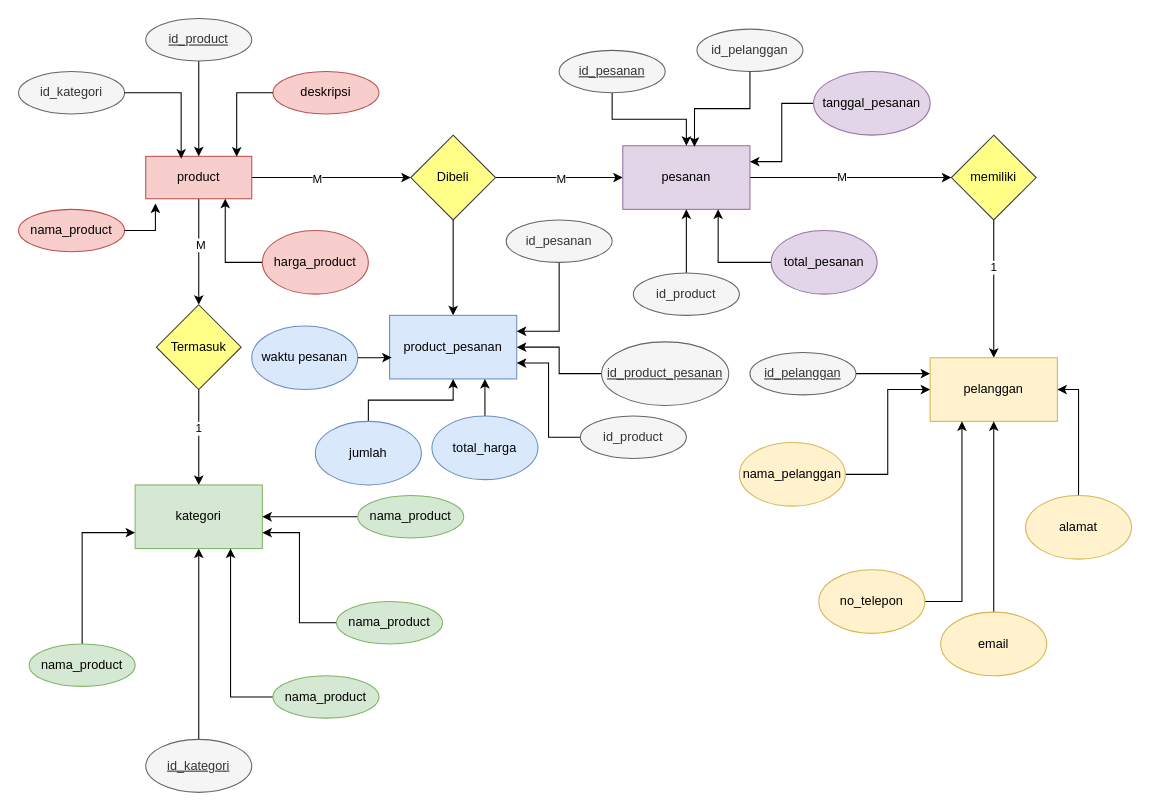
Before: ERD.drawio in nayasuna/ONLINE_RETAIL-DATABASES, a draw.io diagram. Source tidied: cells renumbered, new cells numbered last; positions are measured from the earlier drawing's top-left corner, leaving out a move shared by most shapes. Both pictures are drawn from the tidied source at 106%, with x=0, y=0 at pixel (18, 18).
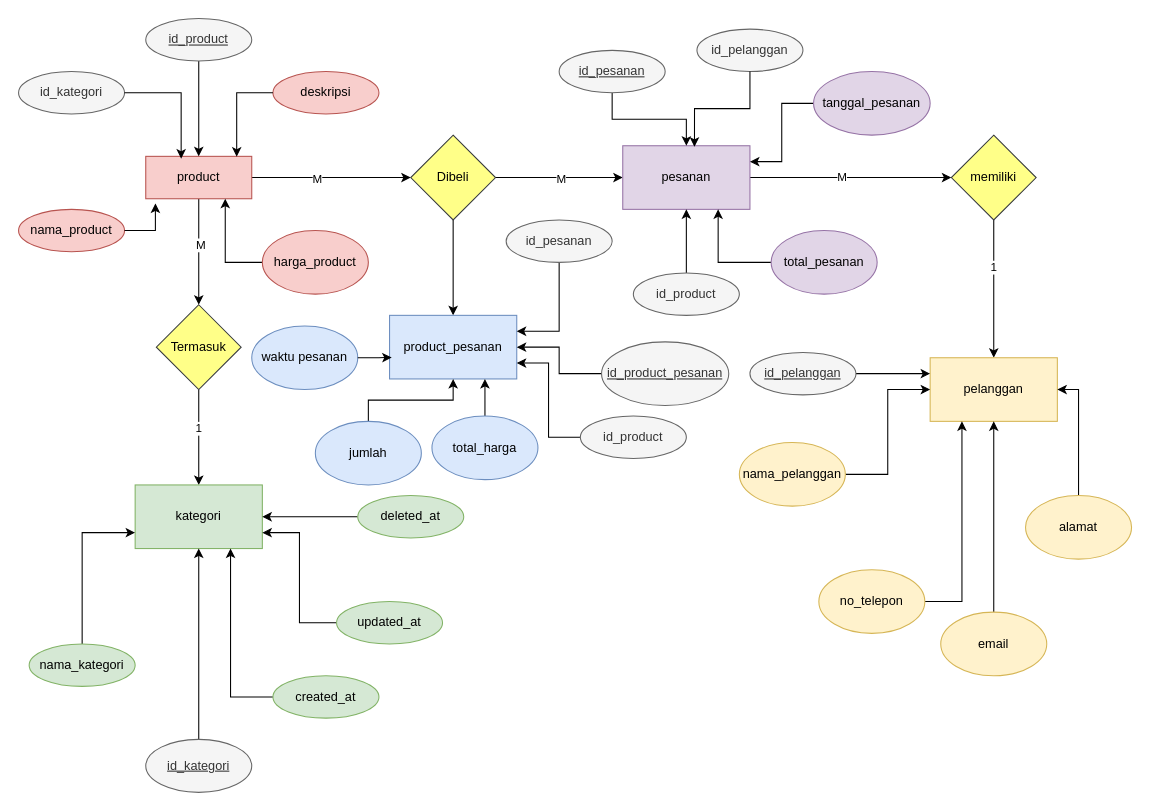
Above is the later version.

Commit message (it also covers changes not shown here):
menambahkan ERD

What changed in the source:
```diff
@@
-    <mxCell id="22" value="nama_product" style="ellipse;whiteSpace=wrap;html=1;align=center;fillColor=#d5e8d4;strokeColor=#82b366;" parent="1" vertex="1">
+    <mxCell id="22" value="created_at" style="ellipse;whiteSpace=wrap;html=1;align=center;fillColor=#d5e8d4;strokeColor=#82b366;" parent="1" vertex="1">
       <mxGeometry x="240" y="620" width="100" height="40" as="geometry" />
     </mxCell>
@@
-    <mxCell id="24" value="nama_product" style="ellipse;whiteSpace=wrap;html=1;align=center;fillColor=#d5e8d4;strokeColor=#82b366;" parent="1" vertex="1">
+    <mxCell id="24" value="updated_at" style="ellipse;whiteSpace=wrap;html=1;align=center;fillColor=#d5e8d4;strokeColor=#82b366;" parent="1" vertex="1">
       <mxGeometry x="300" y="550" width="100" height="40" as="geometry" />
     </mxCell>
@@
-    <mxCell id="26" value="nama_product" style="ellipse;whiteSpace=wrap;html=1;align=center;fillColor=#d5e8d4;strokeColor=#82b366;" parent="1" vertex="1">
+    <mxCell id="26" value="deleted_at" style="ellipse;whiteSpace=wrap;html=1;align=center;fillColor=#d5e8d4;strokeColor=#82b366;" parent="1" vertex="1">
       <mxGeometry x="320" y="450" width="100" height="40" as="geometry" />
     </mxCell>
@@
-    <mxCell id="28" value="nama_product" style="ellipse;whiteSpace=wrap;html=1;align=center;fillColor=#d5e8d4;strokeColor=#82b366;" parent="1" vertex="1">
+    <mxCell id="28" value="nama_kategori" style="ellipse;whiteSpace=wrap;html=1;align=center;fillColor=#d5e8d4;strokeColor=#82b366;" parent="1" vertex="1">
       <mxGeometry x="10" y="590" width="100" height="40" as="geometry" />
     </mxCell>
```
